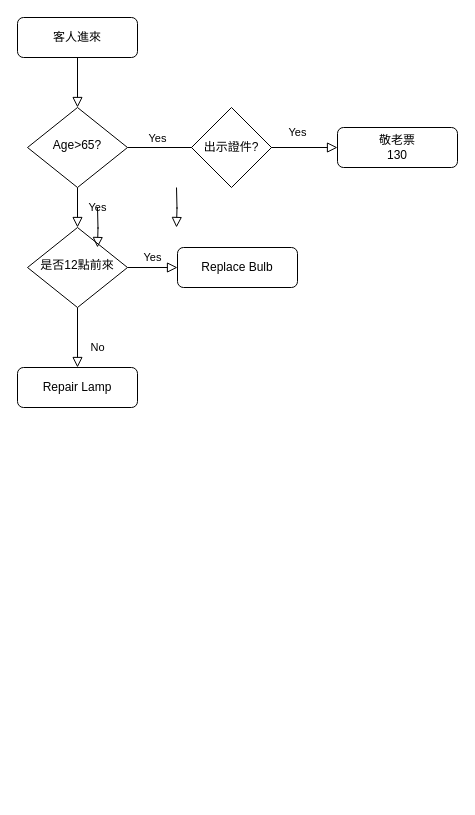
This is Untitled Diagram.drawio from chekuin7/ACcamp, a draw.io file, before an edit. Source tidied: cells renumbered, new cells numbered last; positions are measured from the earlier drawing's top-left corner, leaving out a move shared by most shapes. Both pictures are drawn from the tidied source at 100%, with x=0, y=0 at pixel (17, 17).
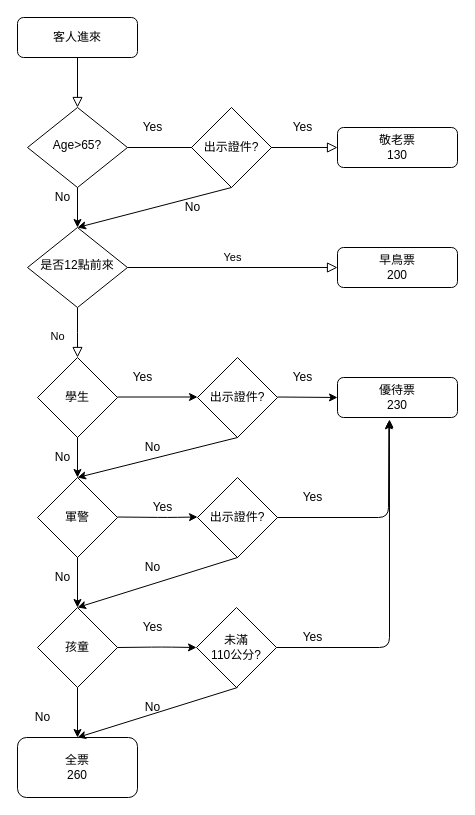
After the change.

Unchanged cells that the change refers to:
```xml
<mxCell id="6" value="Age&amp;gt;65?" style="rhombus;whiteSpace=wrap;html=1;shadow=0;fontFamily=Helvetica;fontSize=12;align=center;strokeWidth=1;spacing=6;spacingTop=-4;" parent="1" vertex="1">
  <mxGeometry x="10" y="90" width="100" height="80" as="geometry" />
</mxCell>
<mxCell id="10" value="是否12點前來" style="rhombus;whiteSpace=wrap;html=1;shadow=0;fontFamily=Helvetica;fontSize=12;align=center;strokeWidth=1;spacing=6;spacingTop=-4;" parent="1" vertex="1">
  <mxGeometry x="10" y="210" width="100" height="80" as="geometry" />
</mxCell>
<mxCell id="13" value="出示證件?" style="rhombus;whiteSpace=wrap;html=1;" parent="1" vertex="1">
  <mxGeometry x="174" y="90" width="80" height="80" as="geometry" />
</mxCell>
```

Change to the diagram source:
```diff
@@
-    <mxCell id="4" value="Yes" style="rounded=0;html=1;jettySize=auto;fontSize=11;endArrow=block;endFill=0;endSize=8;strokeWidth=1;shadow=0;labelBackgroundColor=none;edgeStyle=orthogonalEdgeStyle;" parent="1" edge="1" source="6" target="10">
-      <mxGeometry y="20" relative="1" as="geometry" />
-    </mxCell>
@@
-    <mxCell id="8" value="No" style="rounded=0;html=1;jettySize=auto;fontSize=11;endArrow=block;endFill=0;endSize=8;strokeWidth=1;shadow=0;labelBackgroundColor=none;edgeStyle=orthogonalEdgeStyle;" parent="1" edge="1" source="10" target="11">
-      <mxGeometry x="0.33" y="20" relative="1" as="geometry" />
+    <mxCell id="8" value="No" style="rounded=0;html=1;jettySize=auto;fontSize=11;endArrow=block;endFill=0;endSize=8;strokeWidth=1;shadow=0;labelBackgroundColor=none;edgeStyle=orthogonalEdgeStyle;" parent="1" edge="1" source="10">
+      <mxGeometry x="0.2" y="-20" relative="1" as="geometry">
+        <mxPoint x="60" y="340" as="targetPoint" />
+      </mxGeometry>
     </mxCell>
@@
-    <mxCell id="11" value="Repair Lamp" style="rounded=1;whiteSpace=wrap;html=1;fontSize=12;glass=0;strokeWidth=1;shadow=0;" parent="1" vertex="1">
-      <mxGeometry y="350" width="120" height="40" as="geometry" />
-    </mxCell>
-    <mxCell id="12" value="Replace Bulb" style="rounded=1;whiteSpace=wrap;html=1;fontSize=12;glass=0;strokeWidth=1;shadow=0;" parent="1" vertex="1">
-      <mxGeometry x="160" y="230" width="120" height="40" as="geometry" />
+    <mxCell id="12" value="&lt;div&gt;早鳥票&lt;/div&gt;&lt;div&gt;200&lt;/div&gt;" style="rounded=1;whiteSpace=wrap;html=1;fontSize=12;glass=0;strokeWidth=1;shadow=0;" parent="1" vertex="1">
+      <mxGeometry x="320" y="230" width="120" height="40" as="geometry" />
     </mxCell>
@@
-    <mxCell id="14" value="Yes" style="rounded=0;html=1;jettySize=auto;orthogonalLoop=1;fontSize=11;endArrow=block;endFill=0;endSize=8;strokeWidth=1;shadow=0;labelBackgroundColor=none;edgeStyle=orthogonalEdgeStyle;" parent="1" edge="1">
-      <mxGeometry x="-1" y="-53" relative="1" as="geometry">
-        <mxPoint x="159" y="170" as="sourcePoint" />
-        <mxPoint x="159" y="210" as="targetPoint" />
-        <mxPoint x="34" y="-50" as="offset" />
-      </mxGeometry>
-    </mxCell>
-    <mxCell id="15" value="Yes" style="rounded=0;html=1;jettySize=auto;orthogonalLoop=1;fontSize=11;endArrow=block;endFill=0;endSize=8;strokeWidth=1;shadow=0;labelBackgroundColor=none;edgeStyle=orthogonalEdgeStyle;" parent="1" edge="1">
-      <mxGeometry x="-1" y="212" relative="1" as="geometry">
-        <mxPoint x="80" y="190" as="sourcePoint" />
-        <mxPoint x="80" y="230" as="targetPoint" />
-        <mxPoint x="-12" y="-70" as="offset" />
-      </mxGeometry>
-    </mxCell>
+    <mxCell id="16" style="endArrow=classic;html=1;exitX=0.5;exitY=1;exitDx=0;exitDy=0;" parent="1" edge="1" source="13">
+      <mxGeometry relative="1" as="geometry">
+        <mxPoint x="60" y="210" as="targetPoint" />
+      </mxGeometry>
+    </mxCell>
+    <mxCell id="17" value="Yes" style="text;html=1;align=center;verticalAlign=middle;fillColor=none;strokeColor=none;rounded=0;" parent="1" vertex="1">
+      <mxGeometry x="270" y="100" width="30" height="20" as="geometry" />
+    </mxCell>
+    <mxCell id="18" value="Yes" style="text;html=1;align=center;verticalAlign=middle;fillColor=none;strokeColor=none;rounded=0;" parent="1" vertex="1">
+      <mxGeometry x="120" y="100" width="30" height="20" as="geometry" />
+    </mxCell>
+    <mxCell id="19" style="endArrow=classic;html=1;exitX=0.5;exitY=1;exitDx=0;exitDy=0;" parent="1" edge="1" source="6">
+      <mxGeometry relative="1" as="geometry">
+        <mxPoint x="60" y="210" as="targetPoint" />
+      </mxGeometry>
+    </mxCell>
+    <mxCell id="20" value="No" style="text;html=1;align=center;verticalAlign=middle;fillColor=none;strokeColor=none;rounded=0;" parent="1" vertex="1">
+      <mxGeometry x="30" y="170" width="30" height="20" as="geometry" />
+    </mxCell>
+    <mxCell id="21" value="No" style="text;html=1;align=center;verticalAlign=middle;fillColor=none;strokeColor=none;rounded=0;" parent="1" vertex="1">
+      <mxGeometry x="160" y="180" width="30" height="20" as="geometry" />
+    </mxCell>
+    <mxCell id="22" style="endArrow=classic;html=1;" parent="1" edge="1">
+      <mxGeometry relative="1" as="geometry">
+        <mxPoint x="100" y="379.5" as="sourcePoint" />
+        <mxPoint x="180" y="379.5" as="targetPoint" />
+        <Array as="points">
+          <mxPoint x="100" y="379.5" />
+        </Array>
+      </mxGeometry>
+    </mxCell>
+    <mxCell id="23" style="endArrow=classic;html=1;" parent="1" edge="1">
+      <mxGeometry relative="1" as="geometry">
+        <mxPoint x="100" y="499.5" as="sourcePoint" />
+        <mxPoint x="180" y="499.5" as="targetPoint" />
+        <Array as="points">
+          <mxPoint x="100" y="499.5" />
+          <mxPoint x="150" y="500" />
+        </Array>
+      </mxGeometry>
+    </mxCell>
+    <mxCell id="24" value="學生" style="rhombus;whiteSpace=wrap;html=1;" parent="1" vertex="1">
+      <mxGeometry x="20" y="340" width="80" height="80" as="geometry" />
+    </mxCell>
+    <mxCell id="25" value="軍警" style="rhombus;whiteSpace=wrap;html=1;" parent="1" vertex="1">
+      <mxGeometry x="20" y="460" width="80" height="80" as="geometry" />
+    </mxCell>
+    <mxCell id="26" value="出示證件?" style="rhombus;whiteSpace=wrap;html=1;" parent="1" vertex="1">
+      <mxGeometry x="180" y="340" width="80" height="80" as="geometry" />
+    </mxCell>
+    <mxCell id="27" value="出示證件?" style="rhombus;whiteSpace=wrap;html=1;" parent="1" vertex="1">
+      <mxGeometry x="180" y="460" width="80" height="80" as="geometry" />
+    </mxCell>
+    <mxCell id="28" style="endArrow=classic;html=1;" parent="1" edge="1">
+      <mxGeometry relative="1" as="geometry">
+        <mxPoint x="260" y="379.5" as="sourcePoint" />
+        <mxPoint x="320" y="380" as="targetPoint" />
+        <Array as="points">
+          <mxPoint x="260" y="379.5" />
+        </Array>
+      </mxGeometry>
+    </mxCell>
+    <mxCell id="29" style="endArrow=classic;html=1;entryX=0.428;entryY=1.083;entryDx=0;entryDy=0;entryPerimeter=0;" parent="1" edge="1" target="34">
+      <mxGeometry relative="1" as="geometry">
+        <mxPoint x="260" y="500" as="sourcePoint" />
+        <Array as="points">
+          <mxPoint x="260" y="500" />
+          <mxPoint x="371" y="500" />
+        </Array>
+      </mxGeometry>
+    </mxCell>
+    <mxCell id="30" value="Yes" style="text;html=1;align=center;verticalAlign=middle;fillColor=none;strokeColor=none;rounded=0;" parent="1" vertex="1">
+      <mxGeometry x="270" y="350" width="30" height="20" as="geometry" />
+    </mxCell>
+    <mxCell id="31" value="Yes" style="text;html=1;align=center;verticalAlign=middle;fillColor=none;strokeColor=none;rounded=0;" parent="1" vertex="1">
+      <mxGeometry x="110" y="350" width="30" height="20" as="geometry" />
+    </mxCell>
+    <mxCell id="32" value="Yes" style="text;html=1;align=center;verticalAlign=middle;fillColor=none;strokeColor=none;rounded=0;" parent="1" vertex="1">
+      <mxGeometry x="130" y="480" width="30" height="20" as="geometry" />
+    </mxCell>
+    <mxCell id="33" value="Yes" style="text;html=1;align=center;verticalAlign=middle;fillColor=none;strokeColor=none;rounded=0;" parent="1" vertex="1">
+      <mxGeometry x="280" y="470" width="30" height="20" as="geometry" />
+    </mxCell>
+    <mxCell id="34" value="&lt;div&gt;優待票&lt;/div&gt;&lt;div&gt;230&lt;/div&gt;" style="rounded=1;whiteSpace=wrap;html=1;fontSize=12;glass=0;strokeWidth=1;shadow=0;" parent="1" vertex="1">
+      <mxGeometry x="320" y="360" width="120" height="40" as="geometry" />
+    </mxCell>
+    <mxCell id="35" value="孩童" style="rhombus;whiteSpace=wrap;html=1;" parent="1" vertex="1">
+      <mxGeometry x="20" y="590" width="80" height="80" as="geometry" />
+    </mxCell>
+    <mxCell id="36" value="No" style="text;html=1;align=center;verticalAlign=middle;fillColor=none;strokeColor=none;rounded=0;" parent="1" vertex="1">
+      <mxGeometry x="30" y="430" width="30" height="20" as="geometry" />
+    </mxCell>
+    <mxCell id="37" style="endArrow=classic;html=1;entryX=0.5;entryY=0;entryDx=0;entryDy=0;exitX=0.5;exitY=1;exitDx=0;exitDy=0;" parent="1" edge="1" source="24" target="25">
+      <mxGeometry relative="1" as="geometry" />
+    </mxCell>
+    <mxCell id="38" value="No" style="text;html=1;align=center;verticalAlign=middle;fillColor=none;strokeColor=none;rounded=0;" parent="1" vertex="1">
+      <mxGeometry x="30" y="550" width="30" height="20" as="geometry" />
+    </mxCell>
+    <mxCell id="39" style="endArrow=classic;html=1;exitX=0.5;exitY=1;exitDx=0;exitDy=0;entryX=0.5;entryY=0;entryDx=0;entryDy=0;" parent="1" edge="1" source="25" target="35">
+      <mxGeometry relative="1" as="geometry" />
+    </mxCell>
+    <mxCell id="40" style="endArrow=classic;html=1;exitX=1;exitY=0.5;exitDx=0;exitDy=0;entryX=0;entryY=0.5;entryDx=0;entryDy=0;" parent="1" edge="1" source="35" target="41">
+      <mxGeometry relative="1" as="geometry">
+        <Array as="points">
+          <mxPoint x="144" y="629.5" />
+        </Array>
+      </mxGeometry>
+    </mxCell>
+    <mxCell id="41" value="未滿&lt;br&gt;110公分?" style="rhombus;whiteSpace=wrap;html=1;" parent="1" vertex="1">
+      <mxGeometry x="179" y="590" width="80" height="80" as="geometry" />
+    </mxCell>
+    <mxCell id="42" value="Yes" style="text;html=1;align=center;verticalAlign=middle;fillColor=none;strokeColor=none;rounded=0;" parent="1" vertex="1">
+      <mxGeometry x="120" y="600" width="30" height="20" as="geometry" />
+    </mxCell>
+    <mxCell id="43" style="endArrow=classic;html=1;exitX=1;exitY=0.5;exitDx=0;exitDy=0;entryX=0.433;entryY=1.05;entryDx=0;entryDy=0;entryPerimeter=0;" parent="1" edge="1" source="41" target="34">
+      <mxGeometry relative="1" as="geometry">
+        <Array as="points">
+          <mxPoint x="372" y="630" />
+        </Array>
+      </mxGeometry>
+    </mxCell>
+    <mxCell id="44" value="Yes" style="text;html=1;align=center;verticalAlign=middle;fillColor=none;strokeColor=none;rounded=0;" parent="1" vertex="1">
+      <mxGeometry x="280" y="610" width="30" height="20" as="geometry" />
+    </mxCell>
+    <mxCell id="45" style="endArrow=classic;html=1;exitX=0.5;exitY=1;exitDx=0;exitDy=0;" parent="1" edge="1" source="35">
+      <mxGeometry relative="1" as="geometry">
+        <mxPoint x="60" y="720" as="targetPoint" />
+      </mxGeometry>
+    </mxCell>
+    <mxCell id="46" value="&lt;div&gt;全票&lt;/div&gt;&lt;div&gt;260&lt;/div&gt;" style="rounded=1;whiteSpace=wrap;html=1;" parent="1" vertex="1">
+      <mxGeometry y="720" width="120" height="60" as="geometry" />
+    </mxCell>
+    <mxCell id="47" value="No" style="text;html=1;align=center;verticalAlign=middle;fillColor=none;strokeColor=none;rounded=0;" parent="1" vertex="1">
+      <mxGeometry x="10" y="690" width="30" height="20" as="geometry" />
+    </mxCell>
+    <mxCell id="48" style="endArrow=classic;html=1;exitX=0.5;exitY=1;exitDx=0;exitDy=0;entryX=0.5;entryY=0;entryDx=0;entryDy=0;" parent="1" edge="1" source="26" target="25">
+      <mxGeometry relative="1" as="geometry" />
+    </mxCell>
+    <mxCell id="49" style="endArrow=classic;html=1;exitX=0.5;exitY=1;exitDx=0;exitDy=0;entryX=0.5;entryY=0;entryDx=0;entryDy=0;" parent="1" edge="1" source="27">
+      <mxGeometry relative="1" as="geometry">
+        <mxPoint x="60" y="590" as="targetPoint" />
+      </mxGeometry>
+    </mxCell>
+    <mxCell id="50" value="No" style="text;html=1;align=center;verticalAlign=middle;fillColor=none;strokeColor=none;rounded=0;" parent="1" vertex="1">
+      <mxGeometry x="120" y="540" width="30" height="20" as="geometry" />
+    </mxCell>
+    <mxCell id="51" value="No" style="text;html=1;align=center;verticalAlign=middle;fillColor=none;strokeColor=none;rounded=0;" parent="1" vertex="1">
+      <mxGeometry x="120" y="420" width="30" height="20" as="geometry" />
+    </mxCell>
+    <mxCell id="52" style="endArrow=classic;html=1;exitX=0.5;exitY=1;exitDx=0;exitDy=0;" parent="1" edge="1">
+      <mxGeometry relative="1" as="geometry">
+        <mxPoint x="220" y="670" as="sourcePoint" />
+        <mxPoint x="60" y="720" as="targetPoint" />
+      </mxGeometry>
+    </mxCell>
+    <mxCell id="53" value="No" style="text;html=1;align=center;verticalAlign=middle;fillColor=none;strokeColor=none;rounded=0;" parent="1" vertex="1">
+      <mxGeometry x="120" y="680" width="30" height="20" as="geometry" />
+    </mxCell>
```
